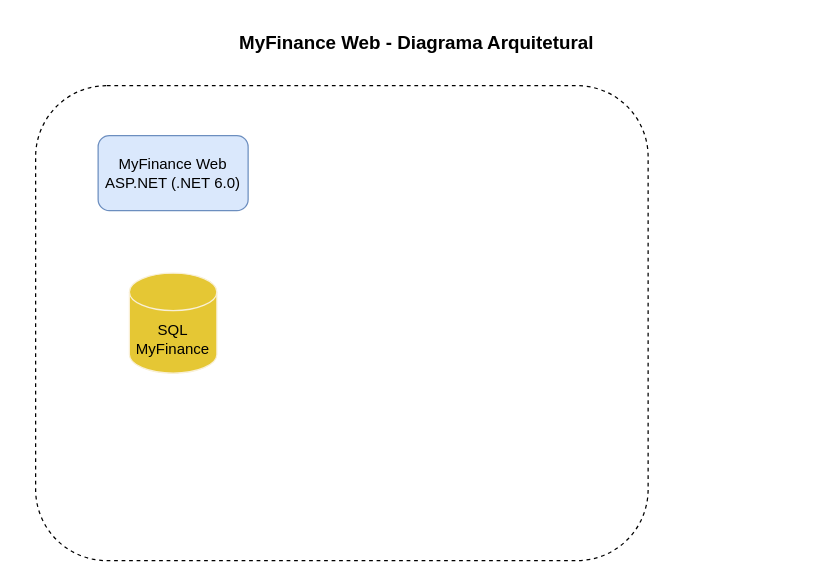
Before: MyFinanceWeb-ModelagemArquitetura.drawio in newtoncsp/myfinance-web-netcore, a draw.io diagram. Source tidied: cells renumbered, new cells numbered last; positions are measured from the earlier drawing's top-left corner, leaving out a move shared by most shapes. Both pictures are drawn from the tidied source at 125%, with x=0, y=0 at pixel (22, 22).
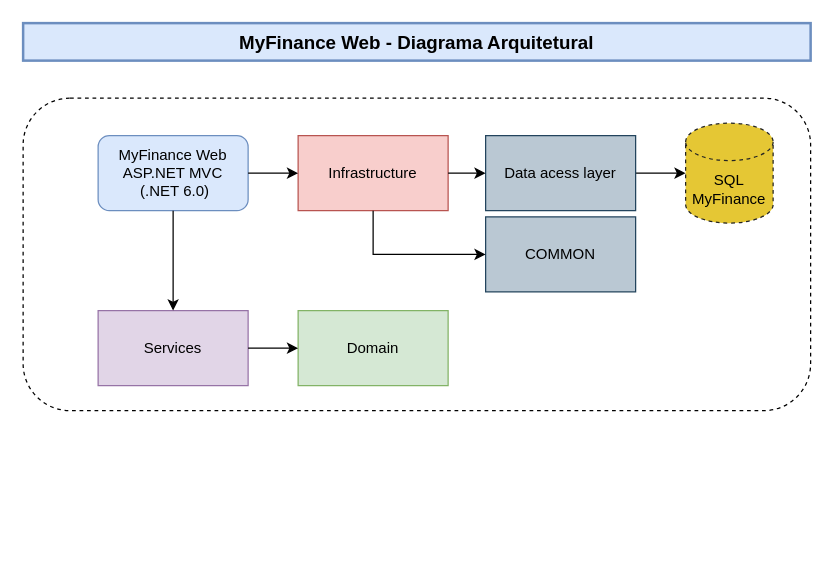
The same page after the edit.

Diff of the diagram source:
```diff
@@
 <mxGraphModel>
   <root>
     <mxCell id="0" />
     <mxCell id="1" parent="0" />
     <mxCell id="2" style="rounded=1;whiteSpace=wrap;html=1;dashed=1;" parent="1" vertex="1">
-      <mxGeometry x="10" y="50" width="490" height="380" as="geometry" />
+      <mxGeometry y="60" width="630" height="250" as="geometry" />
     </mxCell>
-    <mxCell id="3" value="MyFinance Web&lt;br&gt;ASP.NET (.NET 6.0)" style="rounded=1;whiteSpace=wrap;html=1;fillColor=#dae8fc;strokeColor=#6c8ebf;" parent="1" vertex="1">
+    <mxCell id="3" value="MyFinance Web&lt;br&gt;ASP.NET MVC&lt;br&gt;&amp;nbsp;(.NET 6.0)" style="rounded=1;whiteSpace=wrap;html=1;fillColor=#dae8fc;strokeColor=#6c8ebf;" parent="1" vertex="1">
       <mxGeometry x="60" y="90" width="120" height="60" as="geometry" />
     </mxCell>
-    <mxCell id="4" value="MyFinance Web - Diagrama Arquitetural" style="text;strokeColor=none;align=center;fillColor=none;html=1;verticalAlign=middle;whiteSpace=wrap;rounded=0;strokeWidth=2;fontStyle=1;fontSize=15;" parent="1" vertex="1">
+    <mxCell id="4" value="MyFinance Web - Diagrama Arquitetural" style="text;strokeColor=#6c8ebf;align=center;fillColor=#dae8fc;html=1;verticalAlign=middle;whiteSpace=wrap;rounded=0;strokeWidth=2;fontStyle=1;fontSize=15;" parent="1" vertex="1">
       <mxGeometry width="630" height="30" as="geometry" />
     </mxCell>
-    <mxCell id="5" value="SQL&lt;br&gt;MyFinance" style="shape=cylinder3;whiteSpace=wrap;html=1;boundedLbl=1;backgroundOutline=1;size=15;fillColor=#e5c734;strokeColor=#f9f0d7;" parent="1" vertex="1">
-      <mxGeometry x="85" y="200" width="70" height="80" as="geometry" />
+    <mxCell id="5" value="SQL&lt;br&gt;MyFinance" style="shape=cylinder3;whiteSpace=wrap;html=1;boundedLbl=1;backgroundOutline=1;size=15;fillColor=#e5c734;strokeColor=#242423;dashed=1;" parent="1" vertex="1">
+      <mxGeometry x="530" y="80" width="70" height="80" as="geometry" />
     </mxCell>
+    <mxCell id="6" style="endArrow=classic;html=1;rounded=0;exitX=1;exitY=0.5;exitDx=0;exitDy=0;entryX=0;entryY=0.5;entryDx=0;entryDy=0;entryPerimeter=0;" parent="1" edge="1" source="8" target="5">
+      <mxGeometry relative="1" as="geometry" />
+    </mxCell>
+    <mxCell id="7" value="Infrastructure" style="rounded=0;whiteSpace=wrap;html=1;fillColor=#f8cecc;strokeColor=#b85450;" parent="1" vertex="1">
+      <mxGeometry x="220" y="90" width="120" height="60" as="geometry" />
+    </mxCell>
+    <mxCell id="8" value="Data acess layer" style="rounded=0;whiteSpace=wrap;html=1;fillColor=#bac8d3;strokeColor=#23445d;" parent="1" vertex="1">
+      <mxGeometry x="370" y="90" width="120" height="60" as="geometry" />
+    </mxCell>
+    <mxCell id="9" value="COMMON" style="rounded=0;whiteSpace=wrap;html=1;fillColor=#bac8d3;strokeColor=#23445d;" parent="1" vertex="1">
+      <mxGeometry x="370" y="155" width="120" height="60" as="geometry" />
+    </mxCell>
+    <mxCell id="10" value="Services" style="rounded=0;whiteSpace=wrap;html=1;fillColor=#e1d5e7;strokeColor=#9673a6;" parent="1" vertex="1">
+      <mxGeometry x="60" y="230" width="120" height="60" as="geometry" />
+    </mxCell>
+    <mxCell id="11" value="Domain" style="rounded=0;whiteSpace=wrap;html=1;fillColor=#d5e8d4;strokeColor=#82b366;" parent="1" vertex="1">
+      <mxGeometry x="220" y="230" width="120" height="60" as="geometry" />
+    </mxCell>
+    <mxCell id="12" style="endArrow=classic;html=1;rounded=0;exitX=0.5;exitY=1;exitDx=0;exitDy=0;" parent="1" edge="1" source="3" target="10">
+      <mxGeometry relative="1" as="geometry" />
+    </mxCell>
+    <mxCell id="13" style="endArrow=classic;html=1;rounded=0;entryX=0;entryY=0.5;entryDx=0;entryDy=0;" parent="1" edge="1" target="11">
+      <mxGeometry relative="1" as="geometry">
+        <mxPoint x="180" y="260" as="sourcePoint" />
+      </mxGeometry>
+    </mxCell>
+    <mxCell id="14" style="endArrow=classic;html=1;rounded=0;exitX=1;exitY=0.5;exitDx=0;exitDy=0;entryX=0;entryY=0.5;entryDx=0;entryDy=0;" parent="1" edge="1" source="3" target="7">
+      <mxGeometry relative="1" as="geometry" />
+    </mxCell>
+    <mxCell id="15" style="endArrow=classic;html=1;rounded=0;exitX=1;exitY=0.5;exitDx=0;exitDy=0;entryX=0;entryY=0.5;entryDx=0;entryDy=0;" parent="1" edge="1" source="7" target="8">
+      <mxGeometry relative="1" as="geometry" />
+    </mxCell>
+    <mxCell id="16" style="endArrow=classic;html=1;rounded=0;entryX=0;entryY=0.5;entryDx=0;entryDy=0;exitX=0.5;exitY=1;exitDx=0;exitDy=0;" parent="1" edge="1" source="7" target="9">
+      <mxGeometry relative="1" as="geometry">
+        <Array as="points">
+          <mxPoint x="280" y="185" />
+        </Array>
+      </mxGeometry>
+    </mxCell>
   </root>
 </mxGraphModel>
```
